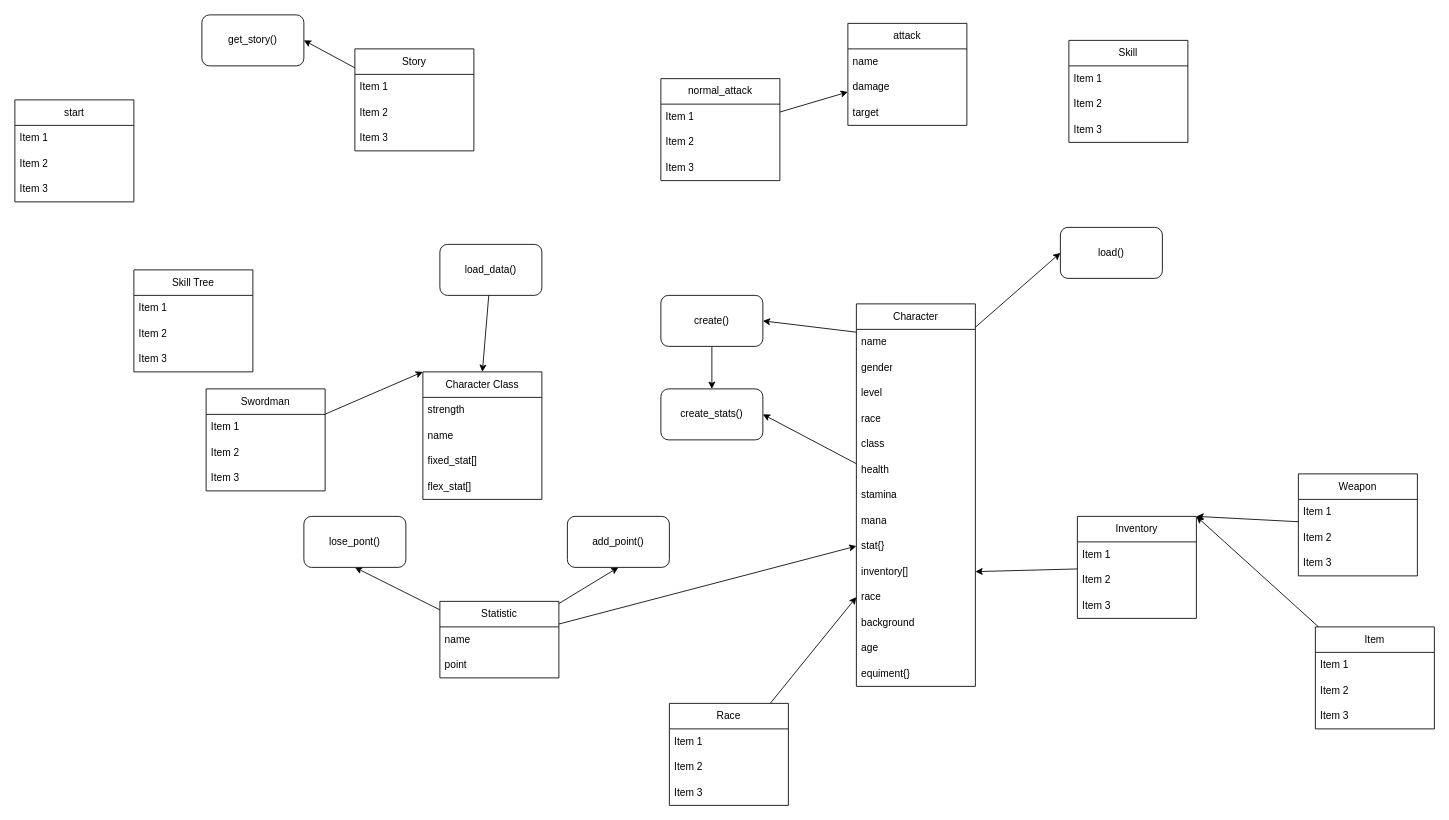
minhduc1212/Text_Based_Game keeps this draw.io diagram as design.drawio. Above is the earlier version. Source tidied: cells renumbered, new cells numbered last; positions are measured from the earlier drawing's top-left corner, leaving out a move shared by most shapes. Both pictures are drawn from the tidied source at 85%, with x=0, y=0 at pixel (14, 14).
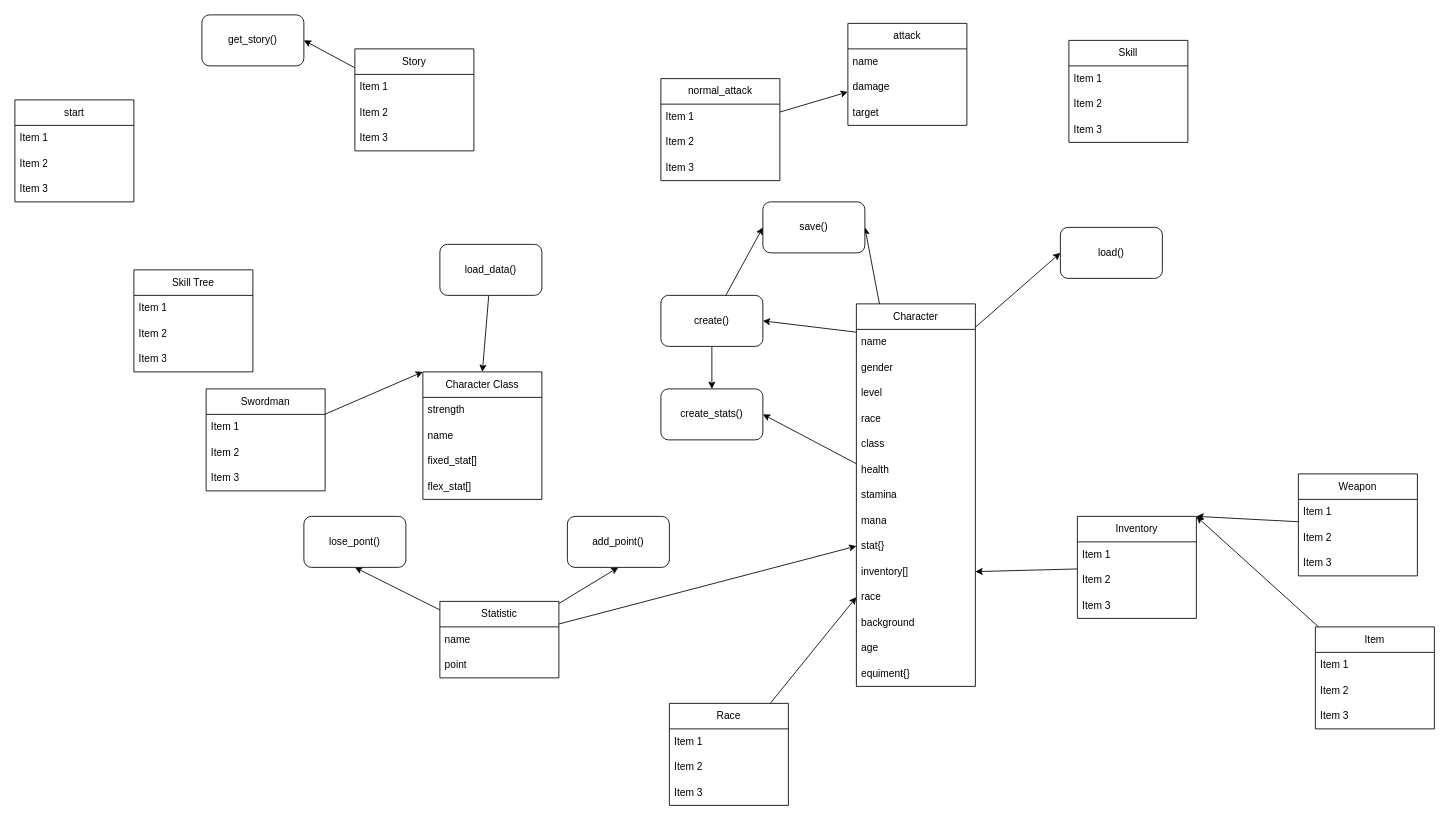
The same page after the edit.

Unchanged cells that the change refers to:
```xml
<mxCell id="5" value="Character" style="swimlane;fontStyle=0;horizontal=1;startSize=30;whiteSpace=wrap;html=1;" parent="1" vertex="1">
  <mxGeometry x="990" y="340" width="140" height="450" as="geometry" />
</mxCell>
<mxCell id="46" value="create()" style="rounded=1;whiteSpace=wrap;html=1;" parent="1" vertex="1">
  <mxGeometry x="760" y="330" width="120" height="60" as="geometry" />
</mxCell>
```

The edit, as a diff of the source:
```diff
@@
+    <mxCell id="91" style="edgeStyle=none;html=1;entryX=1;entryY=0.5;entryDx=0;entryDy=0;" parent="1" edge="1" source="5" target="93">
+      <mxGeometry relative="1" as="geometry" />
+    </mxCell>
@@
+    <mxCell id="92" style="edgeStyle=none;html=1;entryX=0;entryY=0.5;entryDx=0;entryDy=0;" parent="1" edge="1" source="46" target="93">
+      <mxGeometry relative="1" as="geometry" />
+    </mxCell>
@@
+    <mxCell id="93" value="save()" style="rounded=1;whiteSpace=wrap;html=1;" parent="1" vertex="1">
+      <mxGeometry x="880" y="220" width="120" height="60" as="geometry" />
+    </mxCell>
```
